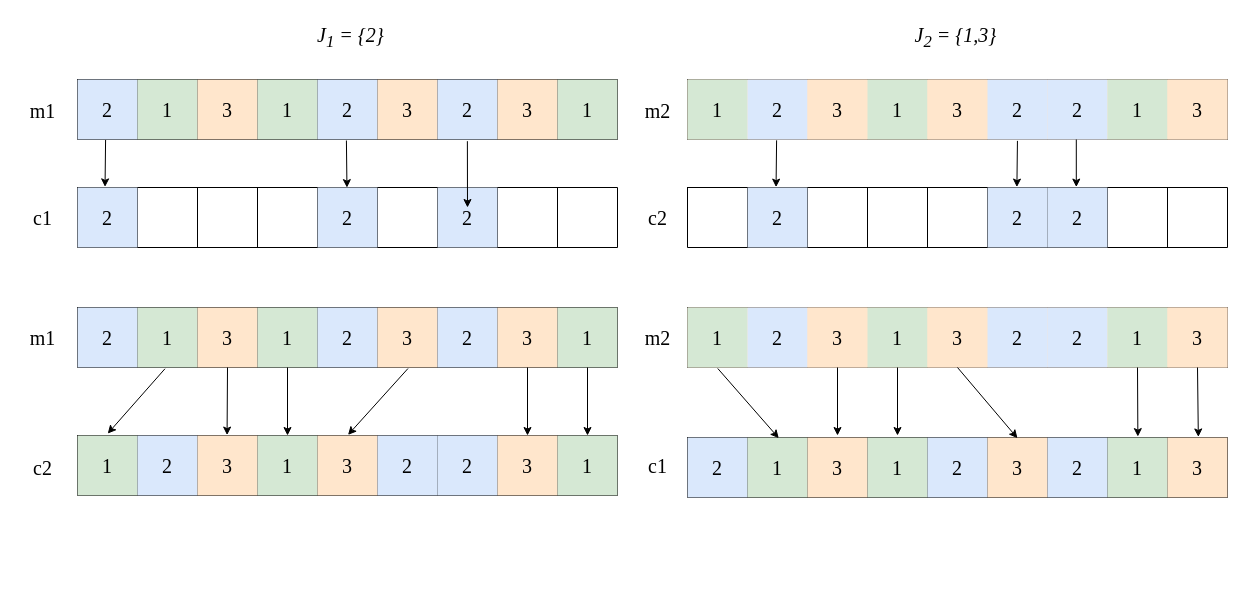
aslongaslihappy/algorithm keeps this draw.io diagram as pox.drawio. Above is the earlier version. Source tidied: cells renumbered, new cells numbered last; positions are measured from the earlier drawing's top-left corner, leaving out a move shared by most shapes. Both pictures are drawn from the tidied source at 100%, with x=0, y=0 at pixel (17, 17).
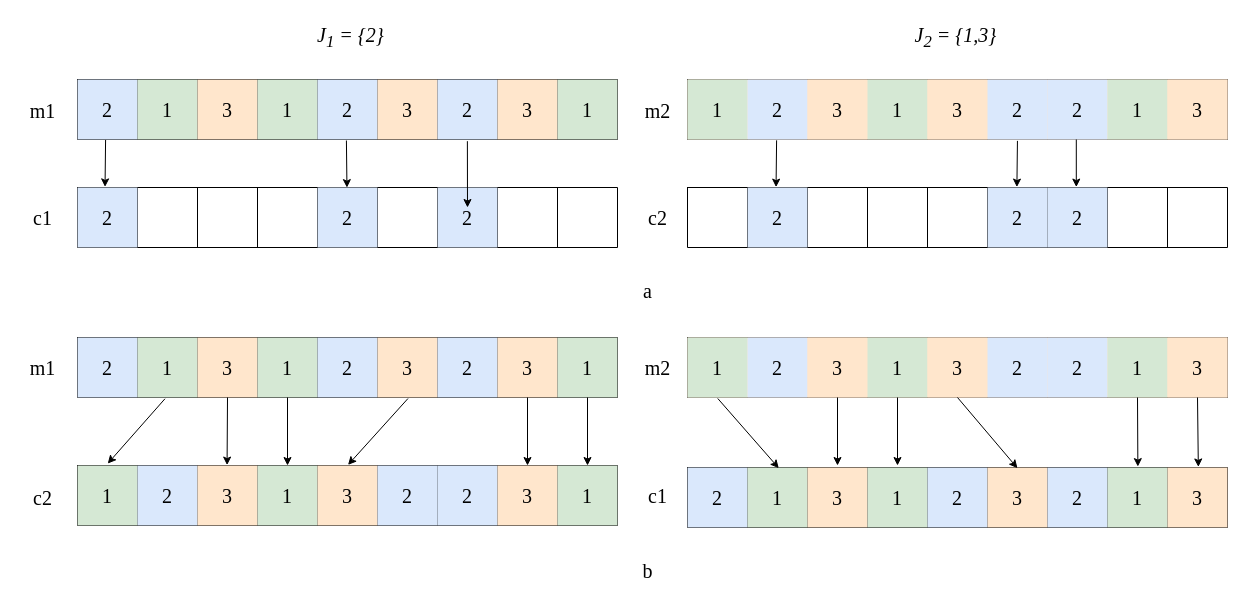
Above is the later version.

Unchanged cells that the change refers to:
```xml
<mxCell id="60" style="shape=tableRow;horizontal=0;startSize=0;swimlaneHead=0;swimlaneBody=0;strokeColor=inherit;top=0;left=0;bottom=0;right=0;fillColor=none;points=[[0,0.5],[1,0.5]];portConstraint=eastwest;fontSize=20;fontFamily=Times New Roman;" parent="59" vertex="1">
  <mxGeometry width="540" height="60" as="geometry" />
</mxCell>
```

Diff of the diagram source:
```diff
@@
     <mxCell id="48" style="shape=table;startSize=0;childLayout=tableLayout;fontSize=20;fontFamily=Times New Roman;" parent="1" vertex="1">
-      <mxGeometry x="60" y="290" width="540" height="60" as="geometry" />
+      <mxGeometry x="60" y="320" width="540" height="60" as="geometry" />
     </mxCell>
@@
     <mxCell id="59" style="shape=table;startSize=0;childLayout=tableLayout;fontSize=20;fontFamily=Times New Roman;" parent="1" vertex="1">
-      <mxGeometry x="670" y="420" width="540" height="60" as="geometry" />
+      <mxGeometry x="670" y="450" width="540" height="60" as="geometry" />
     </mxCell>
@@
     <mxCell id="70" style="shape=table;startSize=0;childLayout=tableLayout;fontSize=20;fontFamily=Times New Roman;" parent="1" vertex="1">
-      <mxGeometry x="60" y="418" width="540" height="60" as="geometry" />
+      <mxGeometry x="60" y="448" width="540" height="60" as="geometry" />
     </mxCell>
@@
     <mxCell id="81" style="shape=table;startSize=0;childLayout=tableLayout;fontSize=20;fontFamily=Times New Roman;" parent="1" vertex="1">
-      <mxGeometry x="670" y="290" width="540" height="60" as="geometry" />
+      <mxGeometry x="670" y="320" width="540" height="60" as="geometry" />
     </mxCell>
@@
     <mxCell id="96" value="c2" style="text;html=1;align=center;verticalAlign=middle;strokeColor=none;fillColor=none;fontSize=20;fontFamily=Times New Roman;" parent="1" vertex="1">
-      <mxGeometry x="5" y="430" width="40" height="40" as="geometry" />
+      <mxGeometry x="5" y="460" width="40" height="40" as="geometry" />
     </mxCell>
     <mxCell id="97" value="c1" style="text;html=1;align=center;verticalAlign=middle;strokeColor=none;fillColor=none;fontSize=20;fontFamily=Times New Roman;" parent="1" vertex="1">
-      <mxGeometry x="620" y="428" width="40" height="40" as="geometry" />
+      <mxGeometry x="620" y="458" width="40" height="40" as="geometry" />
     </mxCell>
@@
     <mxCell id="104" value="m1" style="text;html=1;align=center;verticalAlign=middle;strokeColor=none;fillColor=none;fontSize=20;fontFamily=Times New Roman;" parent="1" vertex="1">
-      <mxGeometry y="300" width="50" height="40" as="geometry" />
+      <mxGeometry y="330" width="50" height="40" as="geometry" />
     </mxCell>
     <mxCell id="105" value="m2" style="text;html=1;align=center;verticalAlign=middle;strokeColor=none;fillColor=none;fontSize=20;fontFamily=Times New Roman;" parent="1" vertex="1">
-      <mxGeometry x="615" y="300" width="50" height="40" as="geometry" />
+      <mxGeometry x="615" y="330" width="50" height="40" as="geometry" />
     </mxCell>
@@
     <mxCell id="107" style="endArrow=classic;html=1;rounded=0;entryX=0.277;entryY=-0.007;entryDx=0;entryDy=0;entryPerimeter=0;" parent="1" edge="1" target="70">
       <mxGeometry relative="1" as="geometry">
-        <mxPoint x="210" y="350" as="sourcePoint" />
+        <mxPoint x="210" y="380" as="sourcePoint" />
       </mxGeometry>
     </mxCell>
     <mxCell id="108" style="endArrow=classic;html=1;rounded=0;entryX=0.277;entryY=-0.007;entryDx=0;entryDy=0;entryPerimeter=0;" parent="1" edge="1">
       <mxGeometry relative="1" as="geometry">
-        <mxPoint x="270" y="350" as="sourcePoint" />
-        <mxPoint x="270" y="418" as="targetPoint" />
+        <mxPoint x="270" y="380" as="sourcePoint" />
+        <mxPoint x="270" y="448" as="targetPoint" />
       </mxGeometry>
     </mxCell>
@@
     <mxCell id="110" style="endArrow=classic;html=1;rounded=0;entryX=0.277;entryY=-0.007;entryDx=0;entryDy=0;entryPerimeter=0;" parent="1" edge="1">
       <mxGeometry relative="1" as="geometry">
-        <mxPoint x="570" y="350" as="sourcePoint" />
-        <mxPoint x="570" y="418" as="targetPoint" />
+        <mxPoint x="570" y="380" as="sourcePoint" />
+        <mxPoint x="570" y="448" as="targetPoint" />
       </mxGeometry>
     </mxCell>
     <mxCell id="111" style="endArrow=classic;html=1;rounded=0;entryX=0.277;entryY=-0.007;entryDx=0;entryDy=0;entryPerimeter=0;" parent="1" edge="1">
       <mxGeometry relative="1" as="geometry">
-        <mxPoint x="510" y="350" as="sourcePoint" />
-        <mxPoint x="510" y="418" as="targetPoint" />
+        <mxPoint x="510" y="380" as="sourcePoint" />
+        <mxPoint x="510" y="448" as="targetPoint" />
       </mxGeometry>
     </mxCell>
@@
     <mxCell id="113" style="endArrow=classic;html=1;rounded=0;entryX=0.277;entryY=-0.007;entryDx=0;entryDy=0;entryPerimeter=0;" parent="1" edge="1">
       <mxGeometry relative="1" as="geometry">
-        <mxPoint x="820" y="350" as="sourcePoint" />
-        <mxPoint x="820" y="418" as="targetPoint" />
+        <mxPoint x="820" y="380" as="sourcePoint" />
+        <mxPoint x="820" y="448" as="targetPoint" />
       </mxGeometry>
     </mxCell>
     <mxCell id="114" style="endArrow=classic;html=1;rounded=0;entryX=0.277;entryY=-0.007;entryDx=0;entryDy=0;entryPerimeter=0;" parent="1" edge="1">
       <mxGeometry relative="1" as="geometry">
-        <mxPoint x="880" y="350" as="sourcePoint" />
-        <mxPoint x="880" y="418" as="targetPoint" />
+        <mxPoint x="880" y="380" as="sourcePoint" />
+        <mxPoint x="880" y="448" as="targetPoint" />
       </mxGeometry>
     </mxCell>
     <mxCell id="115" style="endArrow=classic;html=1;rounded=0;entryX=0.611;entryY=0.011;entryDx=0;entryDy=0;entryPerimeter=0;exitX=0.056;exitY=1.016;exitDx=0;exitDy=0;exitPerimeter=0;" parent="1" edge="1" target="60">
       <mxGeometry relative="1" as="geometry">
-        <mxPoint x="940" y="350" as="sourcePoint" />
+        <mxPoint x="940" y="380" as="sourcePoint" />
       </mxGeometry>
     </mxCell>
     <mxCell id="116" style="endArrow=classic;html=1;rounded=0;entryX=0.946;entryY=-0.009;entryDx=0;entryDy=0;entryPerimeter=0;" parent="1" edge="1" target="60">
       <mxGeometry relative="1" as="geometry">
-        <mxPoint x="1180" y="350" as="sourcePoint" />
+        <mxPoint x="1180" y="380" as="sourcePoint" />
       </mxGeometry>
     </mxCell>
     <mxCell id="117" style="endArrow=classic;html=1;rounded=0;entryX=0.834;entryY=-0.015;entryDx=0;entryDy=0;entryPerimeter=0;" parent="1" edge="1" target="60">
       <mxGeometry relative="1" as="geometry">
-        <mxPoint x="1120" y="350" as="sourcePoint" />
+        <mxPoint x="1120" y="380" as="sourcePoint" />
       </mxGeometry>
     </mxCell>
+    <mxCell id="118" value="a" style="text;html=1;align=center;verticalAlign=middle;strokeColor=none;fillColor=none;fontSize=20;fontFamily=Times New Roman;" parent="1" vertex="1">
+      <mxGeometry x="615" y="253" width="30" height="40" as="geometry" />
+    </mxCell>
+    <mxCell id="119" value="b" style="text;html=1;align=center;verticalAlign=middle;strokeColor=none;fillColor=none;fontSize=20;fontFamily=Times New Roman;" parent="1" vertex="1">
+      <mxGeometry x="615" y="533" width="30" height="40" as="geometry" />
+    </mxCell>
```
